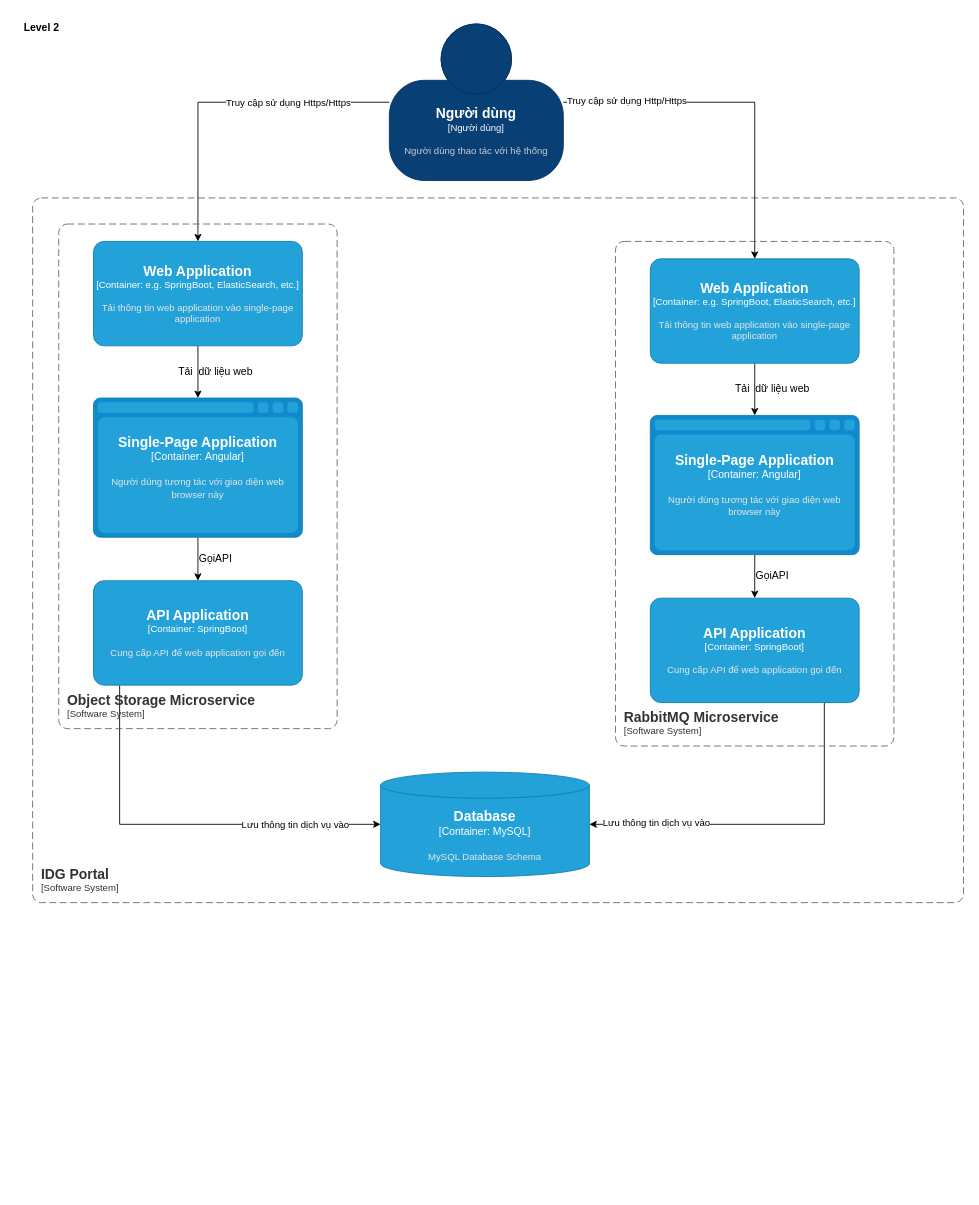
Above: IDG-Portal Lv2.drawio in dangngocsoncntt/draw.io (draw.io), before the change. Source tidied: cells renumbered, new cells numbered last; positions are measured from the earlier drawing's top-left corner, leaving out a move shared by most shapes. Both pictures are drawn from the tidied source at 87%, with x=0, y=0 at pixel (15, 15).
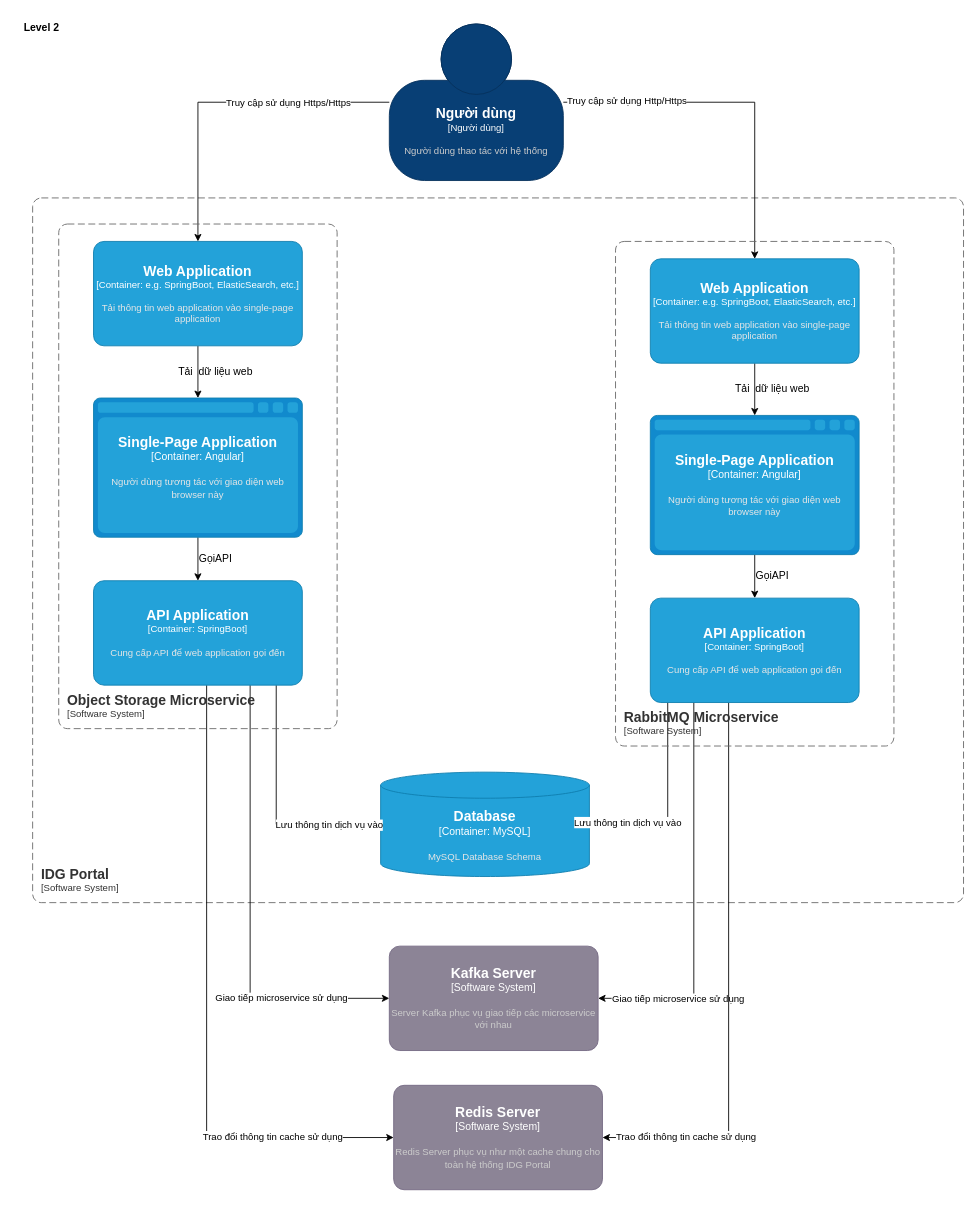
The same diagram, later.

Unchanged cells that the change refers to:
```xml
<object id="4" label="&lt;font style=&quot;font-size: 16px&quot;&gt;&lt;b&gt;%c4Type%&lt;/b&gt;&lt;/font&gt;&lt;div&gt;[%c4Container%:&amp;nbsp;%c4Technology%]&lt;/div&gt;&lt;br&gt;&lt;div&gt;&lt;font style=&quot;font-size: 11px&quot;&gt;&lt;font color=&quot;#E6E6E6&quot;&gt;%c4Description%&lt;/font&gt;&lt;/div&gt;" c4Container="Container" c4Description="MySQL Database Schema" c4Technology="MySQL" c4Type="Database" placeholders="1">
  <mxCell style="shape=cylinder3;size=15;whiteSpace=wrap;html=1;boundedLbl=1;rounded=0;labelBackgroundColor=none;fillColor=#23A2D9;fontSize=12;fontColor=#ffffff;align=center;strokeColor=#0E7DAD;points=[[0.5,0,0],[1,0.25,0],[1,0.5,0],[1,0.75,0],[0.5,1,0],[0,0.75,0],[0,0.5,0],[0,0.25,0]];" parent="1" vertex="1">
    <mxGeometry x="420" y="870" width="240" height="120" as="geometry" />
  </mxCell>
</object>
<object id="11" label="&lt;font style=&quot;font-size: 16px&quot;&gt;&lt;b&gt;%c4Name%&lt;/b&gt;&lt;/font&gt;&lt;div&gt;[%c4Type%: %c4Technology%]&lt;/div&gt;&lt;br&gt;&lt;div&gt;&lt;font style=&quot;font-size: 11px&quot;&gt;&lt;font color=&quot;#E6E6E6&quot;&gt;%c4Description%&lt;/font&gt;&lt;/div&gt;" c4Description="Cung cấp API để web application gọi đến " c4Name="API Application" c4Technology="SpringBoot" c4Type="Container" placeholders="1">
  <mxCell style="rounded=1;whiteSpace=wrap;html=1;fontSize=11;labelBackgroundColor=none;fillColor=#23A2D9;fontColor=#ffffff;align=center;arcSize=10;strokeColor=#0E7DAD;points=[[0.25,0,0],[0.5,0,0],[0.75,0,0],[1,0.25,0],[1,0.5,0],[1,0.75,0],[0.75,1,0],[0.5,1,0],[0.25,1,0],[0,0.75,0],[0,0.5,0],[0,0.25,0]];" parent="1" vertex="1">
    <mxGeometry x="90" y="650" width="240" height="120" as="geometry" />
  </mxCell>
</object>
<object id="26" label="&lt;font style=&quot;font-size: 16px&quot;&gt;&lt;b&gt;%c4Name%&lt;/b&gt;&lt;/font&gt;&lt;div&gt;[%c4Type%: %c4Technology%]&lt;/div&gt;&lt;br&gt;&lt;div&gt;&lt;font style=&quot;font-size: 11px&quot;&gt;&lt;font color=&quot;#E6E6E6&quot;&gt;%c4Description%&lt;/font&gt;&lt;/div&gt;" c4Description="Cung cấp API để web application gọi đến " c4Name="API Application" c4Technology="SpringBoot" c4Type="Container" placeholders="1">
  <mxCell style="rounded=1;whiteSpace=wrap;html=1;fontSize=11;labelBackgroundColor=none;fillColor=#23A2D9;fontColor=#ffffff;align=center;arcSize=10;strokeColor=#0E7DAD;points=[[0.25,0,0],[0.5,0,0],[0.75,0,0],[1,0.25,0],[1,0.5,0],[1,0.75,0],[0.75,1,0],[0.5,1,0],[0.25,1,0],[0,0.75,0],[0,0.5,0],[0,0.25,0]];" parent="1" vertex="1">
    <mxGeometry x="730" y="670" width="240" height="120" as="geometry" />
  </mxCell>
</object>
```

What changed in the source:
```diff
@@
     <mxCell id="9" style="edgeStyle=orthogonalEdgeStyle;rounded=0;jettySize=auto;html=1;entryX=0;entryY=0.5;entryDx=0;entryDy=0;entryPerimeter=0;" parent="1" edge="1" source="11" target="4">
       <mxGeometry relative="1" as="geometry">
         <Array as="points">
-          <mxPoint x="120" y="930" />
+          <mxPoint x="300" y="930" />
         </Array>
       </mxGeometry>
     </mxCell>
@@
+    <mxCell id="30" style="edgeStyle=orthogonalEdgeStyle;rounded=0;jettySize=auto;html=1;" parent="1" edge="1" source="11" target="38">
+      <mxGeometry relative="1" as="geometry">
+        <Array as="points">
+          <mxPoint x="270" y="1130" />
+        </Array>
+      </mxGeometry>
+    </mxCell>
+    <mxCell id="31" value="Giao tiếp microservice sử dụng" style="edgeLabel;html=1;align=center;verticalAlign=middle;" parent="30" vertex="1">
+      <mxGeometry x="0.52" y="1" relative="1" as="geometry" />
+    </mxCell>
+    <mxCell id="32" style="edgeStyle=orthogonalEdgeStyle;rounded=0;jettySize=auto;html=1;" parent="1" edge="1" source="11" target="39">
+      <mxGeometry relative="1" as="geometry">
+        <Array as="points">
+          <mxPoint x="220" y="1290" />
+        </Array>
+      </mxGeometry>
+    </mxCell>
+    <mxCell id="33" value="Trao đổi thông tin cache sử dụng" style="edgeLabel;html=1;align=center;verticalAlign=middle;" parent="32" vertex="1">
+      <mxGeometry x="0.62" y="2" relative="1" as="geometry" />
+    </mxCell>
@@
     <mxCell id="24" style="edgeStyle=orthogonalEdgeStyle;rounded=0;jettySize=auto;html=1;" parent="1" edge="1" source="26" target="4">
       <mxGeometry relative="1" as="geometry">
         <Array as="points">
-          <mxPoint x="930" y="930" />
+          <mxPoint x="750" y="930" />
         </Array>
       </mxGeometry>
     </mxCell>
@@
+    <mxCell id="34" style="edgeStyle=orthogonalEdgeStyle;rounded=0;jettySize=auto;html=1;" parent="1" edge="1" source="26" target="38">
+      <mxGeometry relative="1" as="geometry">
+        <Array as="points">
+          <mxPoint x="780" y="1130" />
+        </Array>
+      </mxGeometry>
+    </mxCell>
+    <mxCell id="35" value="Giao tiếp microservice sử dụng" style="edgeLabel;html=1;align=center;verticalAlign=middle;" parent="34" vertex="1">
+      <mxGeometry x="0.85" y="-2" relative="1" as="geometry">
+        <mxPoint x="57" y="2" as="offset" />
+      </mxGeometry>
+    </mxCell>
+    <mxCell id="36" style="edgeStyle=orthogonalEdgeStyle;rounded=0;jettySize=auto;html=1;" parent="1" edge="1" source="26" target="39">
+      <mxGeometry relative="1" as="geometry">
+        <Array as="points">
+          <mxPoint x="820" y="1290" />
+        </Array>
+      </mxGeometry>
+    </mxCell>
+    <mxCell id="37" value="Trao đổi thông tin cache sử dụng" style="edgeLabel;html=1;align=center;verticalAlign=middle;" parent="36" vertex="1">
+      <mxGeometry x="0.89" y="-2" relative="1" as="geometry">
+        <mxPoint x="60" as="offset" />
+      </mxGeometry>
+    </mxCell>
@@
+    <object id="38" label="&lt;font style=&quot;font-size: 16px&quot;&gt;&lt;b&gt;%c4Name%&lt;/b&gt;&lt;/font&gt;&lt;div&gt;[%c4Type%]&lt;/div&gt;&lt;br&gt;&lt;div&gt;&lt;font style=&quot;font-size: 11px&quot;&gt;&lt;font color=&quot;#cccccc&quot;&gt;%c4Description%&lt;/font&gt;&lt;/div&gt;" c4Description="Server Kafka phục vụ giao tiếp các microservice với nhau" c4Name="Kafka Server" c4Type="Software System" placeholders="1">
+      <mxCell style="rounded=1;whiteSpace=wrap;html=1;labelBackgroundColor=none;fillColor=#8C8496;fontColor=#ffffff;align=center;arcSize=10;strokeColor=#736782;points=[[0.25,0,0],[0.5,0,0],[0.75,0,0],[1,0.25,0],[1,0.5,0],[1,0.75,0],[0.75,1,0],[0.5,1,0],[0.25,1,0],[0,0.75,0],[0,0.5,0],[0,0.25,0]];" parent="1" vertex="1">
+        <mxGeometry x="430" y="1070" width="240" height="120" as="geometry" />
+      </mxCell>
+    </object>
+    <object id="39" label="&lt;font style=&quot;font-size: 16px&quot;&gt;&lt;b&gt;%c4Name%&lt;/b&gt;&lt;/font&gt;&lt;div&gt;[%c4Type%]&lt;/div&gt;&lt;br&gt;&lt;div&gt;&lt;font style=&quot;font-size: 11px&quot;&gt;&lt;font color=&quot;#cccccc&quot;&gt;%c4Description%&lt;/font&gt;&lt;/div&gt;" c4Description="Redis Server phục vụ như một cache chung cho toàn hệ thống IDG Portal" c4Name="Redis Server" c4Type="Software System" placeholders="1">
+      <mxCell style="rounded=1;whiteSpace=wrap;html=1;labelBackgroundColor=none;fillColor=#8C8496;fontColor=#ffffff;align=center;arcSize=10;strokeColor=#736782;points=[[0.25,0,0],[0.5,0,0],[0.75,0,0],[1,0.25,0],[1,0.5,0],[1,0.75,0],[0.75,1,0],[0.5,1,0],[0.25,1,0],[0,0.75,0],[0,0.5,0],[0,0.25,0]];" parent="1" vertex="1">
+        <mxGeometry x="435" y="1230" width="240" height="120" as="geometry" />
+      </mxCell>
+    </object>
```
